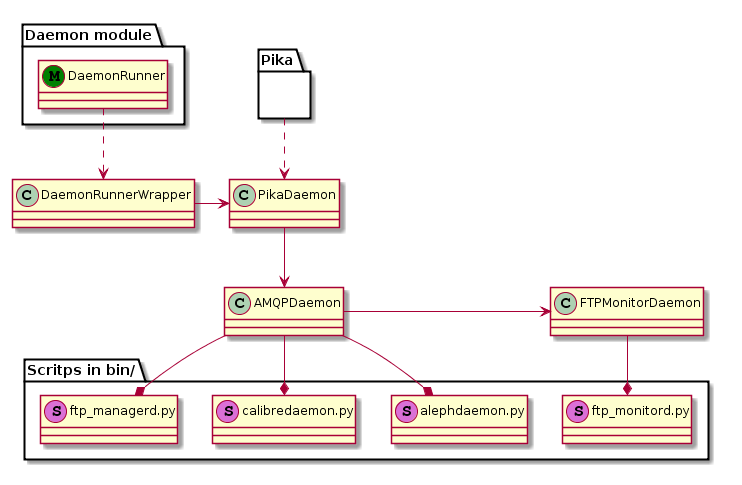
edeposit/edeposit.amqp keeps this PlantUML diagram as docs/_static/structure.png. Above is the earlier version.
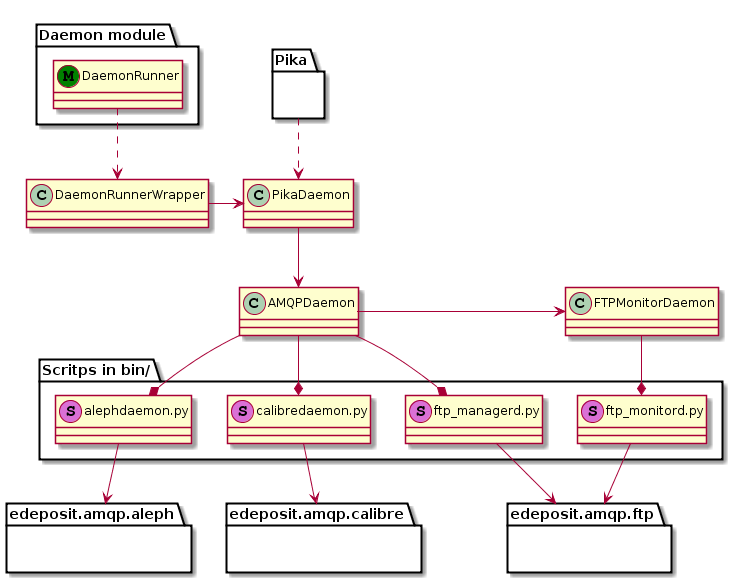
Above is the later version.

Diff of the diagram source:
```diff
@@ -26,4 +26,16 @@
 AMQPDaemon --* calibredaemon
 AMQPDaemon --* ftp_managerd
 FTPMonitorDaemon --* ftp_monitord
+
+package "edeposit.amqp.ftp" as ftp {
+}
+package "edeposit.amqp.aleph" as aleph {
+}
+package "edeposit.amqp.calibre" as calibre {
+}
+
+ftp_managerd -> ftp
+ftp_monitord -> ftp
+alephdaemon -> aleph
+calibredaemon -> calibre
 @enduml
```
